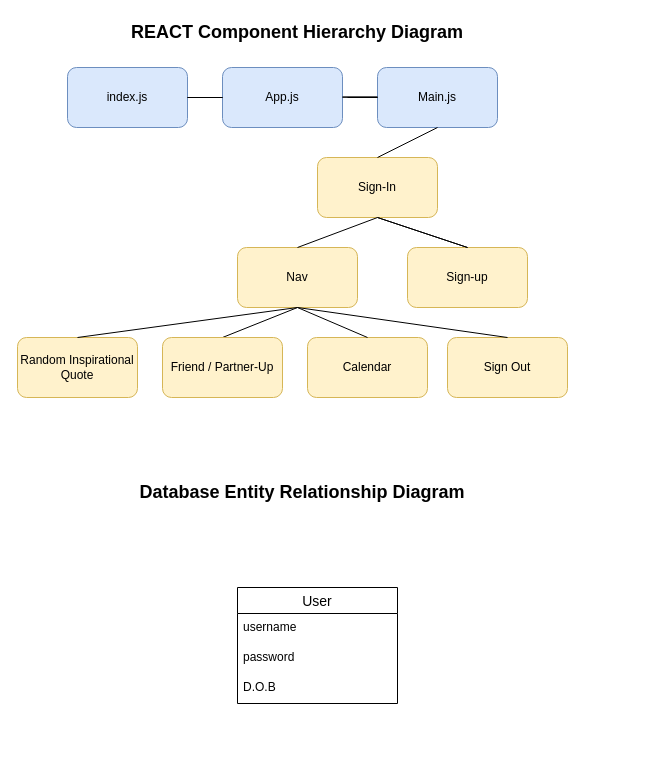
The draw.io diagram calendar.drawio in annemarielewis/Calendar_Task_Planner, before the edit. Source tidied: cells renumbered, new cells numbered last; positions are measured from the earlier drawing's top-left corner, leaving out a move shared by most shapes. Both pictures are drawn from the tidied source at 100%, with x=0, y=0 at pixel (17, 17).
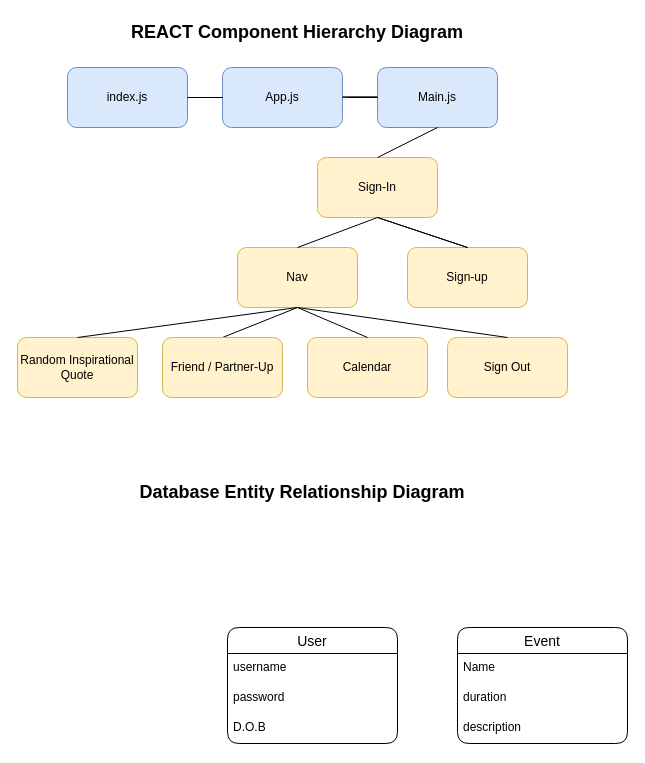
After the change.

What changed in the source:
```diff
@@
+    <mxCell id="26" value="&lt;b&gt;&lt;font style=&quot;font-size: 18px;&quot;&gt;REACT Component Hierarchy Diagram&lt;/font&gt;&lt;/b&gt;" style="text;strokeColor=none;align=center;fillColor=none;html=1;verticalAlign=middle;whiteSpace=wrap;rounded=0;" parent="1" vertex="1">
+      <mxGeometry x="100" width="360" height="30" as="geometry" />
+    </mxCell>
+    <mxCell id="27" value="&lt;b&gt;&lt;font style=&quot;font-size: 18px;&quot;&gt;Database Entity Relationship Diagram&lt;/font&gt;&lt;/b&gt;" style="text;strokeColor=none;align=center;fillColor=none;html=1;verticalAlign=middle;whiteSpace=wrap;rounded=0;" parent="1" vertex="1">
+      <mxGeometry x="100" y="460" width="370" height="30" as="geometry" />
+    </mxCell>
-    <mxCell id="22" value="User" style="swimlane;fontStyle=0;horizontal=1;startSize=26;align=center;fontSize=14;" parent="1" vertex="1">
-      <mxGeometry x="220" y="570" width="160" height="116" as="geometry" />
+    <mxCell id="22" value="User" style="swimlane;fontStyle=0;horizontal=1;startSize=26;align=center;fontSize=14;rounded=1;shadow=0;glass=0;swimlaneLine=1;" parent="1" vertex="1">
+      <mxGeometry x="210" y="610" width="170" height="116" as="geometry" />
     </mxCell>
     <mxCell id="23" value="username" style="text;strokeColor=none;fillColor=none;spacingLeft=4;spacingRight=4;overflow=hidden;fontSize=12;whiteSpace=wrap;html=1;" parent="22" vertex="1">
-      <mxGeometry y="26" width="160" height="30" as="geometry" />
+      <mxGeometry y="26" width="170" height="30" as="geometry" />
     </mxCell>
     <mxCell id="24" value="password" style="text;strokeColor=none;fillColor=none;spacingLeft=4;spacingRight=4;overflow=hidden;fontSize=12;whiteSpace=wrap;html=1;" parent="22" vertex="1">
-      <mxGeometry y="56" width="160" height="30" as="geometry" />
+      <mxGeometry y="56" width="170" height="30" as="geometry" />
     </mxCell>
-    <mxCell id="25" value="D.O.B&lt;br&gt;" style="text;strokeColor=none;fillColor=none;spacingLeft=4;spacingRight=4;overflow=hidden;fontSize=12;whiteSpace=wrap;html=1;" parent="22" vertex="1">
-      <mxGeometry y="86" width="160" height="30" as="geometry" />
+    <mxCell id="25" value="&lt;span style=&quot;background-color: initial;&quot;&gt;D.O.B&lt;/span&gt;" style="text;strokeColor=none;fillColor=none;spacingLeft=4;spacingRight=4;overflow=hidden;fontSize=12;whiteSpace=wrap;html=1;" parent="22" vertex="1">
+      <mxGeometry y="86" width="170" height="30" as="geometry" />
     </mxCell>
-    <mxCell id="26" value="&lt;b&gt;&lt;font style=&quot;font-size: 18px;&quot;&gt;REACT Component Hierarchy Diagram&lt;/font&gt;&lt;/b&gt;" style="text;strokeColor=none;align=center;fillColor=none;html=1;verticalAlign=middle;whiteSpace=wrap;rounded=0;" parent="1" vertex="1">
-      <mxGeometry x="100" width="360" height="30" as="geometry" />
-    </mxCell>
-    <mxCell id="27" value="&lt;b&gt;&lt;font style=&quot;font-size: 18px;&quot;&gt;Database Entity Relationship Diagram&lt;/font&gt;&lt;/b&gt;" style="text;strokeColor=none;align=center;fillColor=none;html=1;verticalAlign=middle;whiteSpace=wrap;rounded=0;" parent="1" vertex="1">
-      <mxGeometry x="100" y="460" width="370" height="30" as="geometry" />
-    </mxCell>
+    <mxCell id="28" value="Event" style="swimlane;fontStyle=0;horizontal=1;startSize=26;align=center;fontSize=14;rounded=1;shadow=0;glass=0;swimlaneLine=1;" parent="1" vertex="1">
+      <mxGeometry x="440" y="610" width="170" height="116" as="geometry" />
+    </mxCell>
+    <mxCell id="29" value="Name" style="text;strokeColor=none;fillColor=none;spacingLeft=4;spacingRight=4;overflow=hidden;fontSize=12;whiteSpace=wrap;html=1;" parent="28" vertex="1">
+      <mxGeometry y="26" width="170" height="30" as="geometry" />
+    </mxCell>
+    <mxCell id="30" value="duration" style="text;strokeColor=none;fillColor=none;spacingLeft=4;spacingRight=4;overflow=hidden;fontSize=12;whiteSpace=wrap;html=1;" parent="28" vertex="1">
+      <mxGeometry y="56" width="170" height="30" as="geometry" />
+    </mxCell>
+    <mxCell id="31" value="description" style="text;strokeColor=none;fillColor=none;spacingLeft=4;spacingRight=4;overflow=hidden;fontSize=12;whiteSpace=wrap;html=1;" parent="28" vertex="1">
+      <mxGeometry y="86" width="170" height="30" as="geometry" />
+    </mxCell>
```
